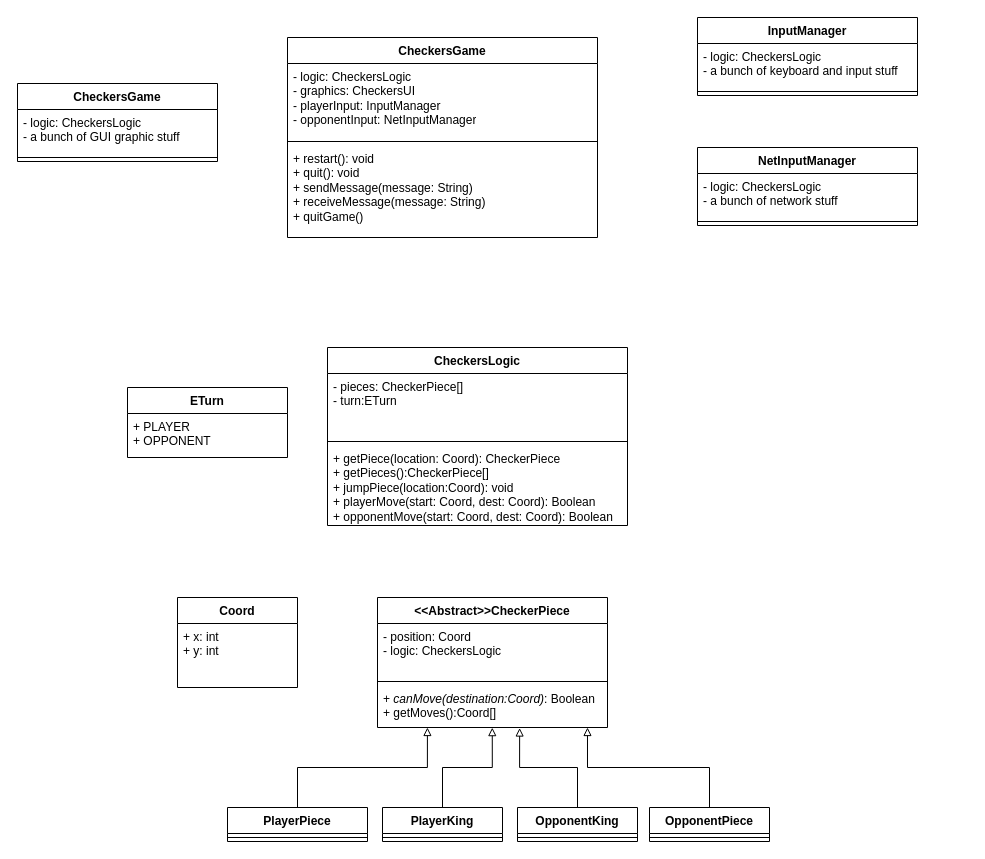
The draw.io diagram Game Logic Team/documentation/checkers/Checkers.drawio in itspavit/GameLibrary, before the edit. Source tidied: cells renumbered, new cells numbered last; positions are measured from the earlier drawing's top-left corner, leaving out a move shared by most shapes. Both pictures are drawn from the tidied source at 100%, with x=0, y=0 at pixel (17, 17).
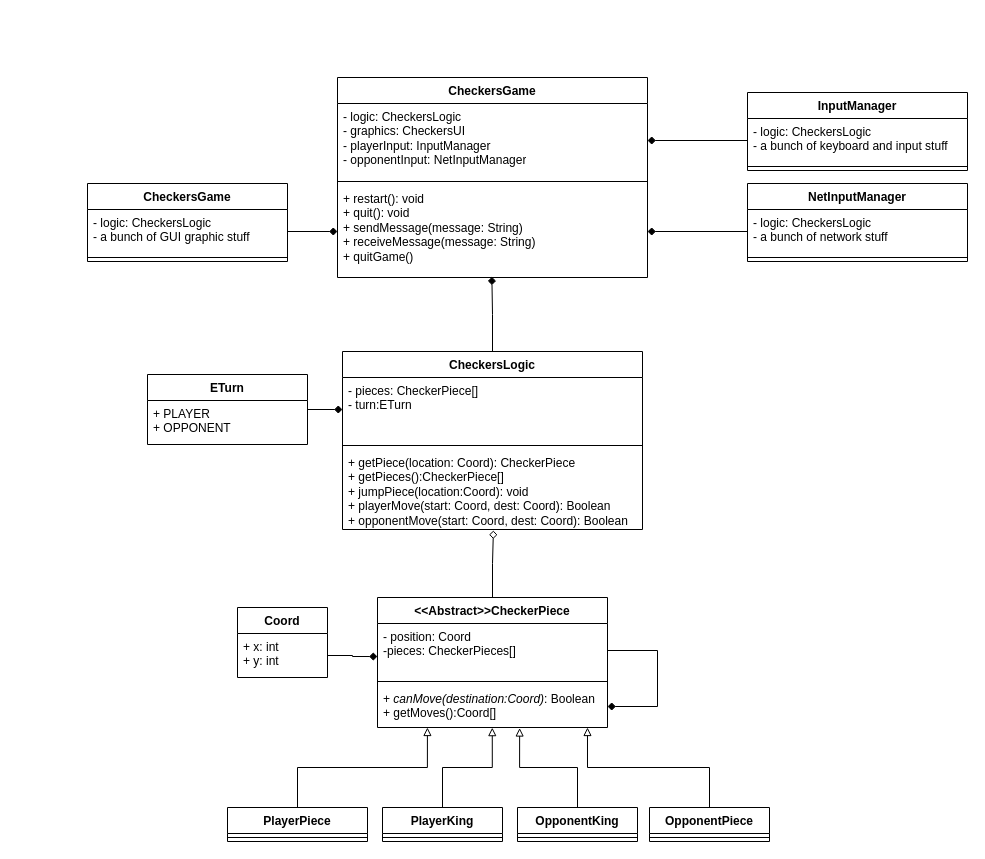
The same diagram, later.

Commit message (it also covers changes not shown here):
finished uml diagrams

Unchanged cells that the change refers to:
```xml
<mxCell id="2" value="&amp;lt;&amp;lt;Abstract&amp;gt;&amp;gt;CheckerPiece" style="swimlane;fontStyle=1;align=center;verticalAlign=top;horizontal=1;startSize=26;whiteSpace=wrap;html=1;" parent="1" vertex="1">
  <mxGeometry x="360" y="580" width="230" height="130" as="geometry" />
</mxCell>
<mxCell id="5" value="&lt;div&gt;+ &lt;i&gt;canMove(destination:Coord)&lt;/i&gt;: Boolean&lt;/div&gt;&lt;div&gt;+ getMoves():Coord[]&lt;br&gt;&lt;/div&gt;" style="text;strokeColor=none;fillColor=none;align=left;verticalAlign=top;spacingLeft=4;spacingRight=4;overflow=hidden;points=[[0,0.5],[1,0.5]];portConstraint=eastwest;whiteSpace=wrap;html=1;" parent="2" vertex="1">
  <mxGeometry y="88" width="230" height="42" as="geometry" />
</mxCell>
<mxCell id="13" value="&lt;div&gt;- pieces: CheckerPiece[]&lt;/div&gt;&lt;div&gt;- turn:ETurn&lt;/div&gt;" style="text;strokeColor=none;fillColor=none;align=left;verticalAlign=top;spacingLeft=4;spacingRight=4;overflow=hidden;points=[[0,0.5],[1,0.5]];portConstraint=eastwest;whiteSpace=wrap;html=1;" parent="12" vertex="1">
  <mxGeometry y="26" width="300" height="64" as="geometry" />
</mxCell>
<mxCell id="15" value="&lt;div&gt;+ getPiece(location: Coord): CheckerPiece&lt;/div&gt;&lt;div&gt;+ getPieces():CheckerPiece[]&lt;/div&gt;&lt;div&gt;+ jumpPiece(location:Coord): void&lt;/div&gt;&lt;div&gt;&lt;div&gt;+ playerMove(start: Coord, dest: Coord): Boolean&lt;/div&gt;&lt;div&gt;+ opponentMove(start: Coord, dest: Coord): Boolean&lt;/div&gt;&lt;/div&gt;" style="text;strokeColor=none;fillColor=none;align=left;verticalAlign=top;spacingLeft=4;spacingRight=4;overflow=hidden;points=[[0,0.5],[1,0.5]];portConstraint=eastwest;whiteSpace=wrap;html=1;" parent="12" vertex="1">
  <mxGeometry y="98" width="300" height="80" as="geometry" />
</mxCell>
<mxCell id="23" value="&lt;div&gt;- logic: CheckersLogic&lt;/div&gt;&lt;div&gt;- graphics: CheckersUI&lt;/div&gt;&lt;div&gt;- playerInput: InputManager&lt;/div&gt;&lt;div&gt;- opponentInput: NetInputManager&lt;/div&gt;&lt;div&gt;&lt;br&gt;&lt;/div&gt;" style="text;strokeColor=none;fillColor=none;align=left;verticalAlign=top;spacingLeft=4;spacingRight=4;overflow=hidden;points=[[0,0.5],[1,0.5]];portConstraint=eastwest;whiteSpace=wrap;html=1;" parent="22" vertex="1">
  <mxGeometry y="26" width="310" height="74" as="geometry" />
</mxCell>
<mxCell id="25" value="&lt;div&gt;+ restart(): void&lt;/div&gt;&lt;div&gt;+ quit(): void&lt;/div&gt;&lt;div&gt;+ sendMessage(message: String)&lt;/div&gt;&lt;div&gt;+ receiveMessage(message: String)&lt;/div&gt;&lt;div&gt;+ quitGame()&lt;br&gt;&lt;/div&gt;&lt;br&gt;&lt;div&gt;&lt;br&gt;&lt;/div&gt;&lt;div&gt;&lt;br&gt;&lt;/div&gt;&lt;div&gt;&lt;br&gt;&lt;/div&gt;" style="text;strokeColor=none;fillColor=none;align=left;verticalAlign=top;spacingLeft=4;spacingRight=4;overflow=hidden;points=[[0,0.5],[1,0.5]];portConstraint=eastwest;whiteSpace=wrap;html=1;" parent="22" vertex="1">
  <mxGeometry y="108" width="310" height="92" as="geometry" />
</mxCell>
<mxCell id="27" value="&lt;div&gt;- logic: CheckersLogic&lt;/div&gt;&lt;div&gt;&lt;div&gt;- a bunch of keyboard and input stuff&lt;/div&gt;&lt;/div&gt;" style="text;strokeColor=none;fillColor=none;align=left;verticalAlign=top;spacingLeft=4;spacingRight=4;overflow=hidden;points=[[0,0.5],[1,0.5]];portConstraint=eastwest;whiteSpace=wrap;html=1;" parent="26" vertex="1">
  <mxGeometry y="26" width="220" height="44" as="geometry" />
</mxCell>
<mxCell id="30" value="&lt;div&gt;- logic: CheckersLogic&lt;/div&gt;&lt;div&gt;&lt;div&gt;- a bunch of network stuff&lt;br&gt;&lt;/div&gt;&lt;/div&gt;" style="text;strokeColor=none;fillColor=none;align=left;verticalAlign=top;spacingLeft=4;spacingRight=4;overflow=hidden;points=[[0,0.5],[1,0.5]];portConstraint=eastwest;whiteSpace=wrap;html=1;" parent="29" vertex="1">
  <mxGeometry y="26" width="220" height="44" as="geometry" />
</mxCell>
<mxCell id="33" value="&lt;div&gt;- logic: CheckersLogic&lt;/div&gt;&lt;div&gt;- a bunch of GUI graphic stuff&lt;br&gt;&lt;/div&gt;" style="text;strokeColor=none;fillColor=none;align=left;verticalAlign=top;spacingLeft=4;spacingRight=4;overflow=hidden;points=[[0,0.5],[1,0.5]];portConstraint=eastwest;whiteSpace=wrap;html=1;" parent="32" vertex="1">
  <mxGeometry y="26" width="200" height="44" as="geometry" />
</mxCell>
```

Diff of the diagram source:
```diff
@@
+    <mxCell id="39" style="edgeStyle=orthogonalEdgeStyle;rounded=0;jettySize=auto;html=1;exitX=1;exitY=0.5;exitDx=0;exitDy=0;entryX=1;entryY=0.5;entryDx=0;entryDy=0;endArrow=diamond;endFill=1;" parent="2" edge="1" source="3" target="5">
+      <mxGeometry relative="1" as="geometry">
+        <Array as="points">
+          <mxPoint x="280" y="53" />
+          <mxPoint x="280" y="109" />
+        </Array>
+      </mxGeometry>
+    </mxCell>
-    <mxCell id="3" value="&lt;div&gt;- position: Coord&lt;/div&gt;&lt;div&gt;- logic: CheckersLogic&lt;br&gt;&lt;/div&gt;" style="text;strokeColor=none;fillColor=none;align=left;verticalAlign=top;spacingLeft=4;spacingRight=4;overflow=hidden;points=[[0,0.5],[1,0.5]];portConstraint=eastwest;whiteSpace=wrap;html=1;" parent="2" vertex="1">
+    <mxCell id="3" value="&lt;div&gt;- position: Coord&lt;/div&gt;&lt;div&gt;-pieces: CheckerPieces[]&lt;br&gt;&lt;/div&gt;" style="text;strokeColor=none;fillColor=none;align=left;verticalAlign=top;spacingLeft=4;spacingRight=4;overflow=hidden;points=[[0,0.5],[1,0.5]];portConstraint=eastwest;whiteSpace=wrap;html=1;" parent="2" vertex="1">
       <mxGeometry y="26" width="230" height="54" as="geometry" />
     </mxCell>
@@
     <mxCell id="12" value="CheckersLogic" style="swimlane;fontStyle=1;align=center;verticalAlign=top;horizontal=1;startSize=26;whiteSpace=wrap;html=1;" parent="1" vertex="1">
-      <mxGeometry x="310" y="330" width="300" height="178" as="geometry" />
+      <mxGeometry x="325" y="334" width="300" height="178" as="geometry" />
     </mxCell>
@@
+    <mxCell id="40" style="edgeStyle=orthogonalEdgeStyle;rounded=0;jettySize=auto;html=1;entryX=0;entryY=0.5;entryDx=0;entryDy=0;endArrow=diamond;endFill=1;" parent="1" edge="1" source="16" target="13">
+      <mxGeometry relative="1" as="geometry" />
+    </mxCell>
     <mxCell id="16" value="ETurn" style="swimlane;fontStyle=1;align=center;verticalAlign=top;horizontal=1;startSize=26;whiteSpace=wrap;html=1;" parent="1" vertex="1">
-      <mxGeometry x="110" y="370" width="160" height="70" as="geometry" />
+      <mxGeometry x="130" y="357" width="160" height="70" as="geometry" />
     </mxCell>
@@
     <mxCell id="18" value="Coord" style="swimlane;fontStyle=1;align=center;verticalAlign=top;horizontal=1;startSize=26;whiteSpace=wrap;html=1;" parent="1" vertex="1">
-      <mxGeometry x="160" y="580" width="120" height="90" as="geometry" />
+      <mxGeometry x="220" y="590" width="90" height="70" as="geometry" />
     </mxCell>
     <mxCell id="19" value="&lt;div&gt;+ x: int&lt;/div&gt;&lt;div&gt;+ y: int&lt;br&gt;&lt;/div&gt;" style="text;strokeColor=none;fillColor=none;align=left;verticalAlign=top;spacingLeft=4;spacingRight=4;overflow=hidden;points=[[0,0.5],[1,0.5]];portConstraint=eastwest;whiteSpace=wrap;html=1;" parent="18" vertex="1">
-      <mxGeometry y="26" width="120" height="64" as="geometry" />
+      <mxGeometry y="26" width="90" height="44" as="geometry" />
     </mxCell>
@@
     <mxCell id="22" value="&lt;div&gt;CheckersGame&lt;/div&gt;&lt;div&gt;&lt;br&gt;&lt;/div&gt;" style="swimlane;fontStyle=1;align=center;verticalAlign=top;horizontal=1;startSize=26;whiteSpace=wrap;html=1;" parent="1" vertex="1">
-      <mxGeometry x="270" y="20" width="310" height="200" as="geometry" />
+      <mxGeometry x="320" y="60" width="310" height="200" as="geometry" />
     </mxCell>
@@
     <mxCell id="26" value="InputManager" style="swimlane;fontStyle=1;align=center;verticalAlign=top;horizontal=1;startSize=26;whiteSpace=wrap;html=1;" parent="1" vertex="1">
-      <mxGeometry x="680" width="220" height="78" as="geometry" />
+      <mxGeometry x="730" y="75" width="220" height="78" as="geometry" />
     </mxCell>
@@
     <mxCell id="29" value="NetInputManager" style="swimlane;fontStyle=1;align=center;verticalAlign=top;horizontal=1;startSize=26;whiteSpace=wrap;html=1;" parent="1" vertex="1">
-      <mxGeometry x="680" y="130" width="220" height="78" as="geometry" />
+      <mxGeometry x="730" y="166" width="220" height="78" as="geometry" />
     </mxCell>
@@
     <mxCell id="32" value="&lt;div&gt;CheckersGame&lt;/div&gt;&lt;div&gt;&lt;br&gt;&lt;/div&gt;" style="swimlane;fontStyle=1;align=center;verticalAlign=top;horizontal=1;startSize=26;whiteSpace=wrap;html=1;" parent="1" vertex="1">
-      <mxGeometry y="66" width="200" height="78" as="geometry" />
+      <mxGeometry x="70" y="166" width="200" height="78" as="geometry" />
     </mxCell>
@@
+    <mxCell id="41" style="edgeStyle=orthogonalEdgeStyle;rounded=0;jettySize=auto;html=1;exitX=1;exitY=0.5;exitDx=0;exitDy=0;entryX=0;entryY=0.612;entryDx=0;entryDy=0;entryPerimeter=0;endArrow=diamond;endFill=1;" parent="1" edge="1" source="19" target="3">
+      <mxGeometry relative="1" as="geometry" />
+    </mxCell>
+    <mxCell id="42" style="edgeStyle=orthogonalEdgeStyle;rounded=0;jettySize=auto;html=1;entryX=0.503;entryY=1.013;entryDx=0;entryDy=0;entryPerimeter=0;endArrow=diamond;endFill=0;" parent="1" edge="1" source="2" target="15">
+      <mxGeometry relative="1" as="geometry" />
+    </mxCell>
+    <mxCell id="43" style="edgeStyle=orthogonalEdgeStyle;rounded=0;jettySize=auto;html=1;exitX=0.5;exitY=0;exitDx=0;exitDy=0;entryX=0.498;entryY=0.992;entryDx=0;entryDy=0;entryPerimeter=0;endArrow=diamond;endFill=1;" parent="1" edge="1" source="12" target="25">
+      <mxGeometry relative="1" as="geometry" />
+    </mxCell>
+    <mxCell id="44" style="edgeStyle=orthogonalEdgeStyle;rounded=0;jettySize=auto;html=1;entryX=0;entryY=0.5;entryDx=0;entryDy=0;endArrow=diamond;endFill=1;" parent="1" edge="1" source="33" target="25">
+      <mxGeometry relative="1" as="geometry" />
+    </mxCell>
+    <mxCell id="45" style="edgeStyle=orthogonalEdgeStyle;rounded=0;jettySize=auto;html=1;endArrow=diamond;endFill=1;" parent="1" edge="1" source="30" target="25">
+      <mxGeometry relative="1" as="geometry" />
+    </mxCell>
+    <mxCell id="46" style="edgeStyle=orthogonalEdgeStyle;rounded=0;jettySize=auto;html=1;endArrow=diamond;endFill=1;" parent="1" edge="1" source="27" target="23">
+      <mxGeometry relative="1" as="geometry" />
+    </mxCell>
```
